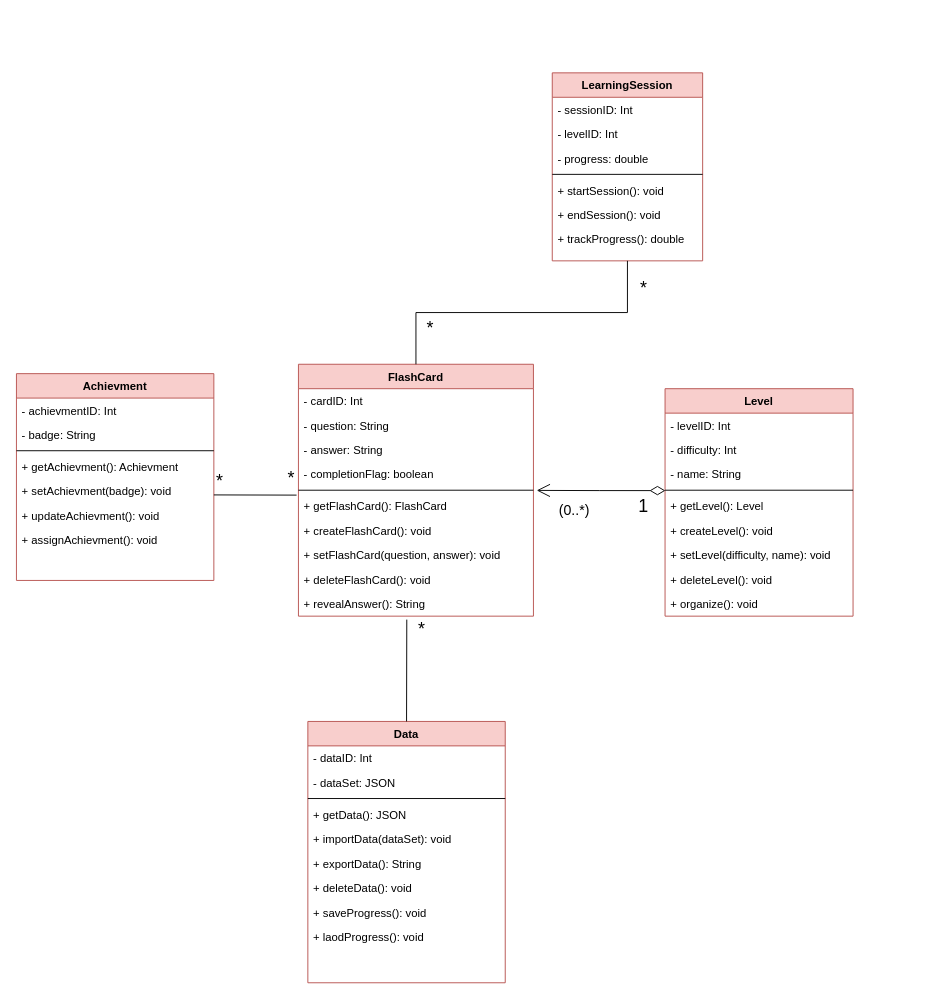
Earlier version of the draw.io diagram FlashCards.drawio (wasimic311/uml). Source tidied: cells renumbered, new cells numbered last; positions are measured from the earlier drawing's top-left corner, leaving out a move shared by most shapes. Both pictures are drawn from the tidied source at 94%, with x=0, y=0 at pixel (16, 72).
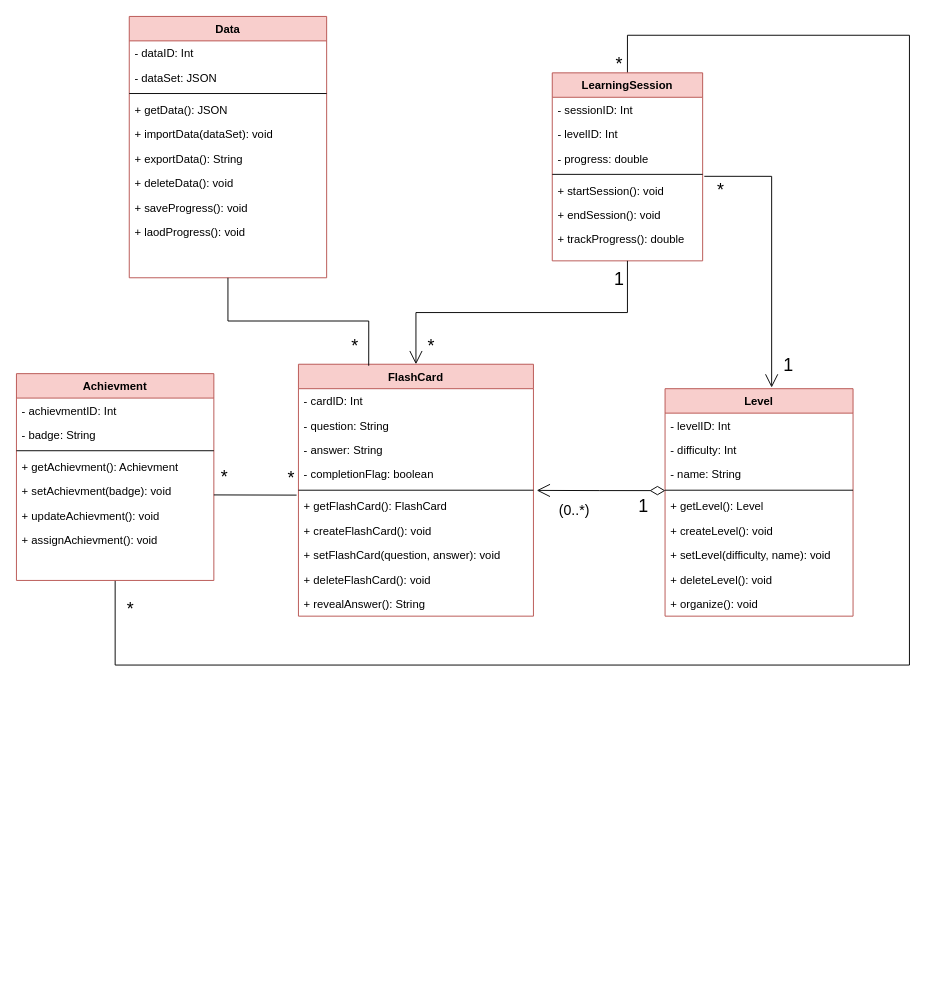
After the change.

The change refers to these unchanged cells:
```xml
<mxCell id="2" value="FlashCard" style="swimlane;fontStyle=1;align=center;verticalAlign=top;horizontal=1;startSize=26;rounded=0;shadow=0;strokeWidth=1;fillColor=#f8cecc;strokeColor=#b85450;" parent="1" vertex="1">
  <mxGeometry x="300" y="310" width="250" height="268" as="geometry" />
</mxCell>
<mxCell id="12" value="+ revealAnswer(): String" style="text;align=left;verticalAlign=top;spacingLeft=4;spacingRight=4;overflow=hidden;points=[[0,0.5],[1,0.5]];portConstraint=eastwest;" parent="2" vertex="1">
  <mxGeometry y="242" width="250" height="26" as="geometry" />
</mxCell>
<mxCell id="13" value="Level" style="swimlane;fontStyle=1;align=center;verticalAlign=top;horizontal=1;startSize=26;rounded=0;shadow=0;strokeWidth=1;fillColor=#f8cecc;strokeColor=#b85450;" parent="1" vertex="1">
  <mxGeometry x="690" y="336" width="200" height="242" as="geometry" />
</mxCell>
<mxCell id="33" value="Achievment" style="swimlane;fontStyle=1;align=center;verticalAlign=top;horizontal=1;startSize=26;rounded=0;shadow=0;strokeWidth=1;fillColor=#f8cecc;strokeColor=#b85450;" parent="1" vertex="1">
  <mxGeometry y="320" width="210" height="220" as="geometry" />
</mxCell>
<mxCell id="41" value="LearningSession" style="swimlane;fontStyle=1;align=center;verticalAlign=top;horizontal=1;startSize=26;rounded=0;shadow=0;strokeWidth=1;fillColor=#f8cecc;strokeColor=#b85450;" parent="1" vertex="1">
  <mxGeometry x="570" width="160" height="200" as="geometry" />
</mxCell>
<mxCell id="44" value="- progress: double" style="text;align=left;verticalAlign=top;spacingLeft=4;spacingRight=4;overflow=hidden;points=[[0,0.5],[1,0.5]];portConstraint=eastwest;rounded=0;shadow=0;html=0;" parent="41" vertex="1">
  <mxGeometry y="78" width="160" height="26" as="geometry" />
</mxCell>
<mxCell id="54" style="endArrow=none;html=1;rounded=0;strokeColor=default;align=center;verticalAlign=middle;fontFamily=Helvetica;fontSize=11;fontColor=default;labelBackgroundColor=default;entryX=-0.008;entryY=0.047;entryDx=0;entryDy=0;entryPerimeter=0;" parent="1" edge="1" target="8">
  <mxGeometry relative="1" as="geometry">
    <mxPoint x="210" y="449" as="sourcePoint" />
  </mxGeometry>
</mxCell>
```

Change to the diagram source:
```diff
@@
     <mxCell id="23" value="Data" style="swimlane;fontStyle=1;align=center;verticalAlign=top;horizontal=1;startSize=26;rounded=0;shadow=0;strokeWidth=1;fillColor=#f8cecc;strokeColor=#b85450;" parent="1" vertex="1">
-      <mxGeometry x="310" y="690" width="210" height="278" as="geometry" />
+      <mxGeometry x="120" y="-60" width="210" height="278" as="geometry" />
     </mxCell>
@@
+    <mxCell id="60" style="edgeStyle=orthogonalEdgeStyle;rounded=0;jettySize=auto;html=1;exitX=0.5;exitY=1;exitDx=0;exitDy=0;entryX=0.5;entryY=0;entryDx=0;entryDy=0;strokeColor=default;align=center;verticalAlign=middle;fontFamily=Helvetica;fontSize=11;fontColor=default;labelBackgroundColor=default;endArrow=none;" parent="1" edge="1" source="33" target="41">
+      <mxGeometry relative="1" as="geometry">
+        <Array as="points">
+          <mxPoint x="105" y="630" />
+          <mxPoint x="950" y="630" />
+          <mxPoint x="950" y="-40" />
+          <mxPoint x="650" y="-40" />
+        </Array>
+      </mxGeometry>
+    </mxCell>
+    <mxCell id="61" value="*" style="edgeLabel;html=1;align=center;verticalAlign=middle;fontFamily=Helvetica;fontSize=19;fontColor=default;labelBackgroundColor=default;" parent="60" vertex="1">
+      <mxGeometry x="-0.97" y="2" relative="1" as="geometry">
+        <mxPoint x="13" y="1" as="offset" />
+      </mxGeometry>
+    </mxCell>
+    <mxCell id="62" value="*" style="edgeLabel;html=1;align=center;verticalAlign=middle;fontFamily=Helvetica;fontSize=19;fontColor=default;labelBackgroundColor=default;" parent="60" vertex="1">
+      <mxGeometry x="0.99" relative="1" as="geometry">
+        <mxPoint x="-10" as="offset" />
+      </mxGeometry>
+    </mxCell>
@@
-    <mxCell id="52" style="endArrow=none;html=1;rounded=0;entryX=0.5;entryY=0;entryDx=0;entryDy=0;exitX=0.461;exitY=1.141;exitDx=0;exitDy=0;exitPerimeter=0;" parent="1" edge="1" source="12" target="23">
-      <mxGeometry relative="1" as="geometry" />
-    </mxCell>
-    <mxCell id="53" value="*" style="edgeLabel;html=1;align=center;verticalAlign=middle;fontSize=19;" parent="52" vertex="1">
-      <mxGeometry x="-0.84" y="-1" relative="1" as="geometry">
-        <mxPoint x="16" y="1" as="offset" />
-      </mxGeometry>
-    </mxCell>
@@
     <mxCell id="56" value="*" style="edgeLabel;html=1;align=center;verticalAlign=middle;fontFamily=Helvetica;fontSize=19;fontColor=default;labelBackgroundColor=default;" parent="54" vertex="1">
       <mxGeometry x="-0.88" y="3" relative="1" as="geometry">
-        <mxPoint y="-12" as="offset" />
+        <mxPoint x="5" y="-16" as="offset" />
       </mxGeometry>
     </mxCell>
-    <mxCell id="57" style="endArrow=none;html=1;rounded=0;strokeColor=default;align=center;verticalAlign=middle;fontFamily=Helvetica;fontSize=11;fontColor=default;labelBackgroundColor=default;entryX=0.5;entryY=1;entryDx=0;entryDy=0;exitX=0.5;exitY=0;exitDx=0;exitDy=0;edgeStyle=elbowEdgeStyle;elbow=vertical;" parent="1" edge="1" source="2" target="41">
-      <mxGeometry relative="1" as="geometry" />
-    </mxCell>
-    <mxCell id="58" value="*" style="edgeLabel;html=1;align=center;verticalAlign=middle;fontFamily=Helvetica;fontSize=19;fontColor=default;labelBackgroundColor=default;" parent="57" vertex="1">
-      <mxGeometry x="-0.66" y="-3" relative="1" as="geometry">
-        <mxPoint x="12" y="13" as="offset" />
-      </mxGeometry>
-    </mxCell>
-    <mxCell id="59" value="*" style="edgeLabel;html=1;align=center;verticalAlign=middle;fontFamily=Helvetica;fontSize=19;fontColor=default;labelBackgroundColor=default;" parent="57" vertex="1">
-      <mxGeometry x="0.7" y="-2" relative="1" as="geometry">
-        <mxPoint x="14" y="-21" as="offset" />
-      </mxGeometry>
-    </mxCell>
+    <mxCell id="63" style="endArrow=open;endFill=1;endSize=12;html=1;rounded=0;strokeColor=default;align=center;verticalAlign=middle;fontFamily=Helvetica;fontSize=11;fontColor=default;labelBackgroundColor=default;exitX=1.011;exitY=1.234;exitDx=0;exitDy=0;exitPerimeter=0;entryX=0.567;entryY=-0.005;entryDx=0;entryDy=0;edgeStyle=orthogonalEdgeStyle;elbow=vertical;entryPerimeter=0;" parent="1" edge="1" source="44" target="13">
+      <mxGeometry relative="1" as="geometry" />
+    </mxCell>
+    <mxCell id="64" value="*" style="edgeLabel;html=1;align=center;verticalAlign=middle;fontFamily=Helvetica;fontSize=19;fontColor=default;labelBackgroundColor=default;" parent="63" vertex="1">
+      <mxGeometry x="-0.95" relative="1" as="geometry">
+        <mxPoint x="10" y="15" as="offset" />
+      </mxGeometry>
+    </mxCell>
+    <mxCell id="65" value="1" style="edgeLabel;html=1;align=center;verticalAlign=middle;fontFamily=Helvetica;fontSize=19;fontColor=default;labelBackgroundColor=default;" parent="63" vertex="1">
+      <mxGeometry x="0.84" relative="1" as="geometry">
+        <mxPoint x="17" as="offset" />
+      </mxGeometry>
+    </mxCell>
+    <mxCell id="66" style="endArrow=open;endFill=1;endSize=12;html=1;rounded=0;strokeColor=default;align=center;verticalAlign=middle;fontFamily=Helvetica;fontSize=11;fontColor=default;labelBackgroundColor=default;entryX=0.5;entryY=0;entryDx=0;entryDy=0;exitX=0.5;exitY=1;exitDx=0;exitDy=0;edgeStyle=orthogonalEdgeStyle;" parent="1" edge="1" source="41" target="2">
+      <mxGeometry relative="1" as="geometry" />
+    </mxCell>
+    <mxCell id="67" value="1" style="edgeLabel;html=1;align=center;verticalAlign=middle;fontFamily=Helvetica;fontSize=19;fontColor=default;labelBackgroundColor=default;" parent="66" vertex="1">
+      <mxGeometry x="-0.91" y="-1" relative="1" as="geometry">
+        <mxPoint x="-9" y="4" as="offset" />
+      </mxGeometry>
+    </mxCell>
+    <mxCell id="68" value="*" style="edgeLabel;html=1;align=center;verticalAlign=middle;fontFamily=Helvetica;fontSize=19;fontColor=default;labelBackgroundColor=default;" parent="66" vertex="1">
+      <mxGeometry x="0.85" relative="1" as="geometry">
+        <mxPoint x="15" y="5" as="offset" />
+      </mxGeometry>
+    </mxCell>
+    <mxCell id="69" style="edgeStyle=orthogonalEdgeStyle;rounded=0;jettySize=auto;html=1;exitX=0.5;exitY=1;exitDx=0;exitDy=0;entryX=0.299;entryY=0.006;entryDx=0;entryDy=0;entryPerimeter=0;strokeColor=default;align=center;verticalAlign=middle;fontFamily=Helvetica;fontSize=11;fontColor=default;labelBackgroundColor=default;endArrow=none;" parent="1" edge="1" source="23" target="2">
+      <mxGeometry relative="1" as="geometry" />
+    </mxCell>
+    <mxCell id="70" value="*" style="edgeLabel;html=1;align=center;verticalAlign=middle;fontFamily=Helvetica;fontSize=19;fontColor=default;labelBackgroundColor=default;" parent="69" vertex="1">
+      <mxGeometry x="0.82" relative="1" as="geometry">
+        <mxPoint x="-15" as="offset" />
+      </mxGeometry>
+    </mxCell>
```
